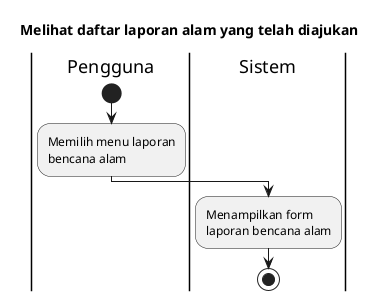
bagusNA/appl-diagrams keeps this PlantUML diagram as export/Activity Diagrams/UC-MAP - Peta Bencana/UC-MAP-020 - Melihat daftar laporan bencana alam yang telah diajukan.png. Above is the earlier version.
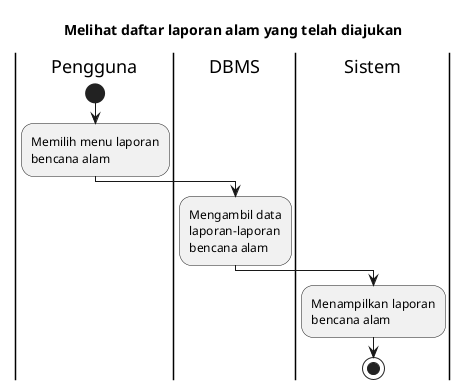
Above is the later version.

Change to the diagram source:
```diff
@@ -7,7 +7,10 @@
 start
 :Memilih menu laporan bencana alam;
 
+|DBMS|
+:Mengambil data laporan-laporan bencana alam;
+
 |Sistem|
-:Menampilkan form laporan bencana alam;
+:Menampilkan laporan bencana alam;
 stop
 @enduml
```
